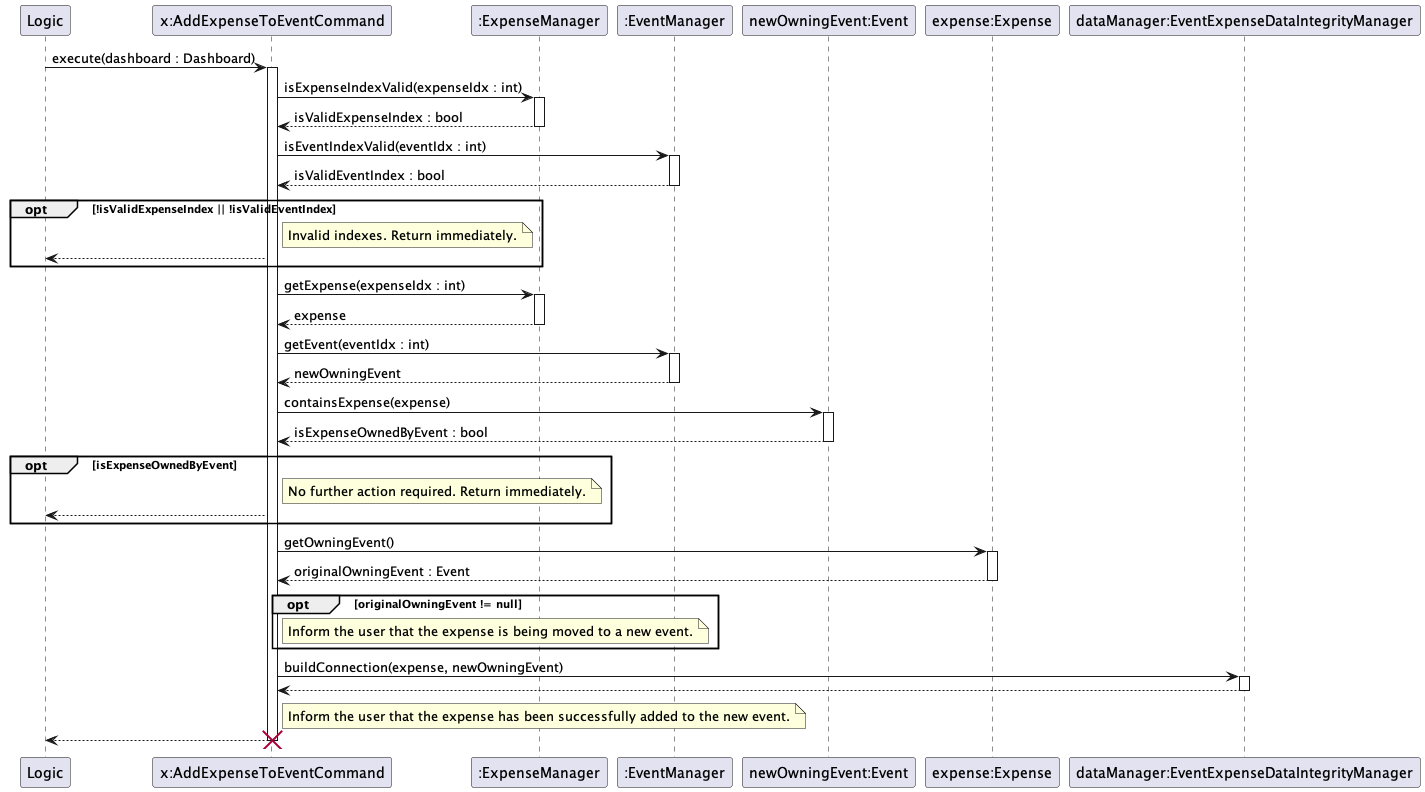
Before: docs/images/executeAddExpenseToEventCommand.png, a diagram exported from PlantUML (JianJiaT/tp).
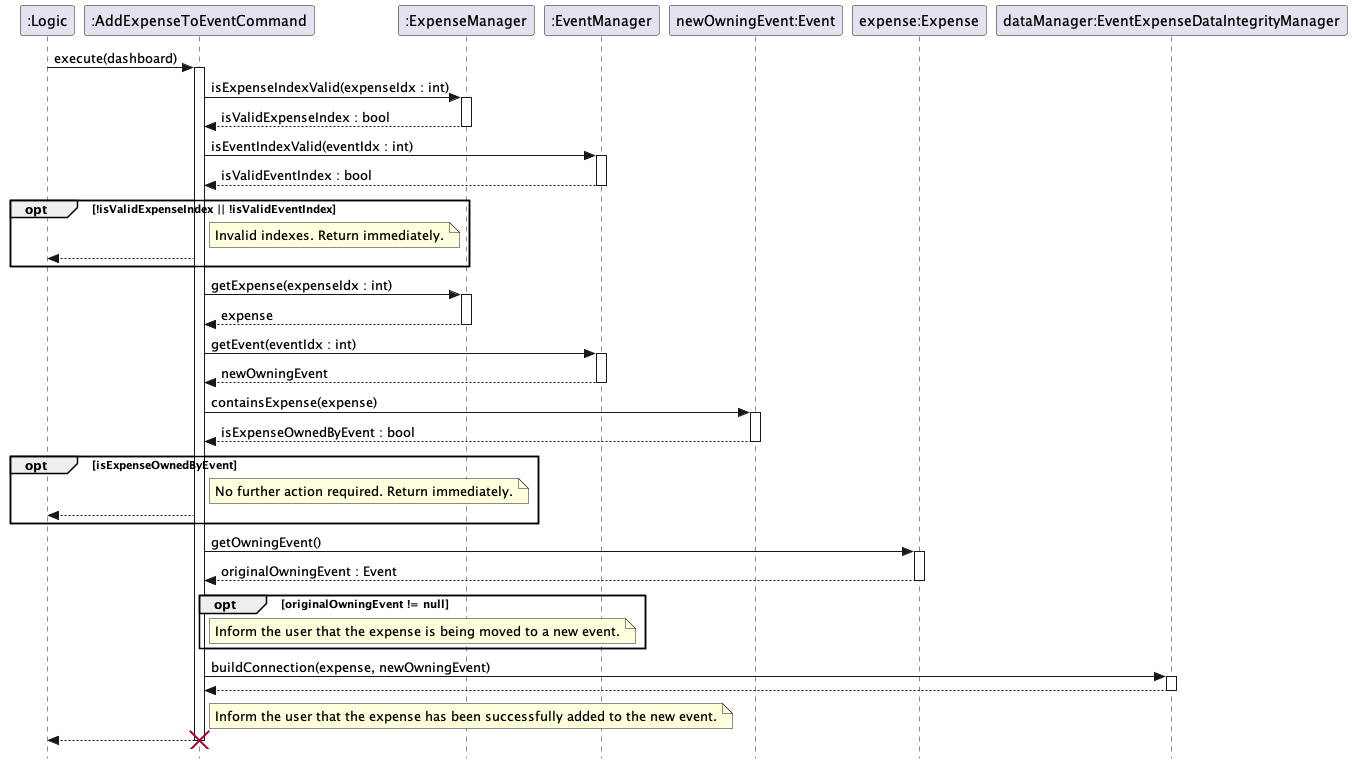
Above is the later version.

The edit, as a diff of the source:
```diff
@@ -1,6 +1,8 @@
 @startuml
-participant Logic
-participant "x:AddExpenseToEventCommand" as Command
+skinparam Style strictuml
+
+participant ":Logic" AS Logic
+participant ":AddExpenseToEventCommand" as Command
 participant ":ExpenseManager" as ExpenseManager
 participant ":EventManager" as EventManager
 participant "newOwningEvent:Event" as noe
@@ -8,7 +10,7 @@
 participant "dataManager:EventExpenseDataIntegrityManager" as dataManager
 
 
-Logic -> Command: execute(dashboard : Dashboard)
+Logic -> Command: execute(dashboard)
 activate Command
 
 Command -> ExpenseManager: isExpenseIndexValid(expenseIdx : int)
```
